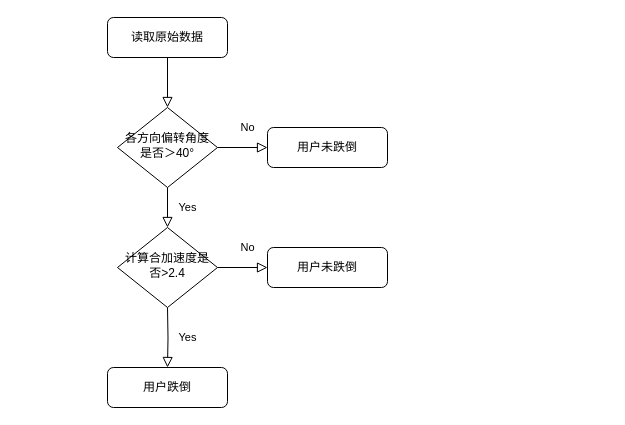
Above: 跌倒检测流程.drawio in daftpumpkin/IoT.io (draw.io), before the change. Source tidied: cells renumbered, new cells numbered last; positions are measured from the earlier drawing's top-left corner, leaving out a move shared by most shapes. Both pictures are drawn from the tidied source at 100%, with x=0, y=0 at pixel (107, 17).
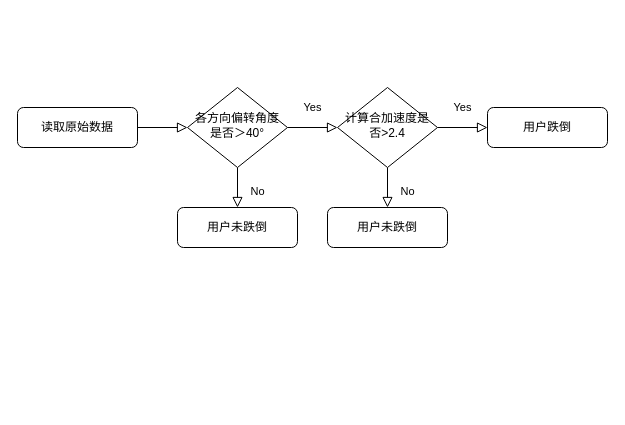
After the change.

Commit message (it also covers changes not shown here):
更新跌倒检测流程.drawio

What changed in the source:
```diff
@@
 <mxGraphModel>
   <root>
     <mxCell id="0" />
     <mxCell id="1" parent="0" />
-    <mxCell id="2" style="rounded=0;html=1;jettySize=auto;fontSize=11;endArrow=block;endFill=0;endSize=8;strokeWidth=1;shadow=0;labelBackgroundColor=none;edgeStyle=orthogonalEdgeStyle;" parent="1" edge="1" source="3" target="6">
+    <mxCell id="2" style="rounded=0;html=1;jettySize=auto;fontSize=11;endArrow=block;endFill=0;endSize=8;strokeWidth=1;shadow=0;labelBackgroundColor=none;edgeStyle=orthogonalEdgeStyle;exitX=1;exitY=0.5;exitDx=0;exitDy=0;" parent="1" edge="1" source="3" target="6">
       <mxGeometry relative="1" as="geometry" />
     </mxCell>
     <mxCell id="3" value="&lt;font face=&quot;宋体&quot;&gt;读取原始数据&lt;/font&gt;" style="rounded=1;whiteSpace=wrap;html=1;fontSize=12;glass=0;strokeWidth=1;shadow=0;" parent="1" vertex="1">
-      <mxGeometry width="120" height="40" as="geometry" />
+      <mxGeometry x="-90" y="90" width="120" height="40" as="geometry" />
     </mxCell>
     <mxCell id="4" value="Yes" style="rounded=0;html=1;jettySize=auto;fontSize=11;endArrow=block;endFill=0;endSize=8;strokeWidth=1;shadow=0;labelBackgroundColor=none;edgeStyle=orthogonalEdgeStyle;" parent="1" edge="1" source="6" target="10">
       <mxGeometry y="20" relative="1" as="geometry" />
     </mxCell>
     <mxCell id="5" value="No" style="edgeStyle=orthogonalEdgeStyle;rounded=0;html=1;jettySize=auto;fontSize=11;endArrow=block;endFill=0;endSize=8;strokeWidth=1;shadow=0;labelBackgroundColor=none;" parent="1" edge="1" source="6" target="7">
       <mxGeometry x="0.2" y="20" relative="1" as="geometry" />
     </mxCell>
     <mxCell id="6" value="&lt;font face=&quot;宋体&quot;&gt;各方向偏转角度是否＞40°&lt;/font&gt;" style="rhombus;whiteSpace=wrap;html=1;shadow=0;fontFamily=Helvetica;fontSize=12;align=center;strokeWidth=1;spacing=6;spacingTop=-4;" parent="1" vertex="1">
-      <mxGeometry x="10" y="90" width="100" height="80" as="geometry" />
+      <mxGeometry x="80" y="70" width="100" height="80" as="geometry" />
     </mxCell>
     <mxCell id="7" value="&lt;font face=&quot;宋体&quot;&gt;用户未跌倒&lt;/font&gt;" style="rounded=1;whiteSpace=wrap;html=1;fontSize=12;glass=0;strokeWidth=1;shadow=0;" parent="1" vertex="1">
-      <mxGeometry x="160" y="110" width="120" height="40" as="geometry" />
+      <mxGeometry x="70" y="190" width="120" height="40" as="geometry" />
     </mxCell>
-    <mxCell id="8" value="No" style="rounded=0;html=1;jettySize=auto;fontSize=11;endArrow=block;endFill=0;endSize=8;strokeWidth=1;shadow=0;labelBackgroundColor=none;edgeStyle=orthogonalEdgeStyle;exitX=1;exitY=0.5;exitDx=0;exitDy=0;entryX=0;entryY=0.5;entryDx=0;entryDy=0;" parent="1" edge="1" source="10" target="12">
+    <mxCell id="8" value="No" style="rounded=0;html=1;jettySize=auto;fontSize=11;endArrow=block;endFill=0;endSize=8;strokeWidth=1;shadow=0;labelBackgroundColor=none;edgeStyle=orthogonalEdgeStyle;exitX=0.5;exitY=1;exitDx=0;exitDy=0;entryX=0.5;entryY=0;entryDx=0;entryDy=0;" parent="1" edge="1" source="10" target="12">
       <mxGeometry x="0.2" y="20" relative="1" as="geometry" />
     </mxCell>
-    <mxCell id="9" value="Yes" style="edgeStyle=orthogonalEdgeStyle;rounded=0;html=1;jettySize=auto;fontSize=11;endArrow=block;endFill=0;endSize=8;strokeWidth=1;shadow=0;labelBackgroundColor=none;entryX=0.5;entryY=0;entryDx=0;entryDy=0;" parent="1" edge="1" target="11">
-      <mxGeometry y="20" relative="1" as="geometry">
-        <mxPoint x="60" y="290" as="sourcePoint" />
-      </mxGeometry>
+    <mxCell id="9" value="Yes" style="edgeStyle=orthogonalEdgeStyle;rounded=0;html=1;jettySize=auto;fontSize=11;endArrow=block;endFill=0;endSize=8;strokeWidth=1;shadow=0;labelBackgroundColor=none;entryX=0;entryY=0.5;entryDx=0;entryDy=0;exitX=1;exitY=0.5;exitDx=0;exitDy=0;" parent="1" edge="1" source="10" target="11">
+      <mxGeometry y="20" relative="1" as="geometry" />
     </mxCell>
     <mxCell id="10" value="&lt;font face=&quot;宋体&quot;&gt;计算合加速度是否&amp;gt;2.4&lt;/font&gt;" style="rhombus;whiteSpace=wrap;html=1;shadow=0;fontFamily=Helvetica;fontSize=12;align=center;strokeWidth=1;spacing=6;spacingTop=-4;" parent="1" vertex="1">
-      <mxGeometry x="10" y="210" width="100" height="80" as="geometry" />
+      <mxGeometry x="230" y="70" width="100" height="80" as="geometry" />
     </mxCell>
     <mxCell id="11" value="&lt;font face=&quot;宋体&quot;&gt;用户跌倒&lt;/font&gt;" style="rounded=1;whiteSpace=wrap;html=1;fontSize=12;glass=0;strokeWidth=1;shadow=0;" parent="1" vertex="1">
-      <mxGeometry y="350" width="120" height="40" as="geometry" />
+      <mxGeometry x="380" y="90" width="120" height="40" as="geometry" />
     </mxCell>
     <mxCell id="12" value="&lt;font face=&quot;宋体&quot;&gt;用户未跌倒&lt;/font&gt;" style="rounded=1;whiteSpace=wrap;html=1;fontSize=12;glass=0;strokeWidth=1;shadow=0;" parent="1" vertex="1">
-      <mxGeometry x="160" y="230" width="120" height="40" as="geometry" />
+      <mxGeometry x="220" y="190" width="120" height="40" as="geometry" />
     </mxCell>
   </root>
 </mxGraphModel>
```
